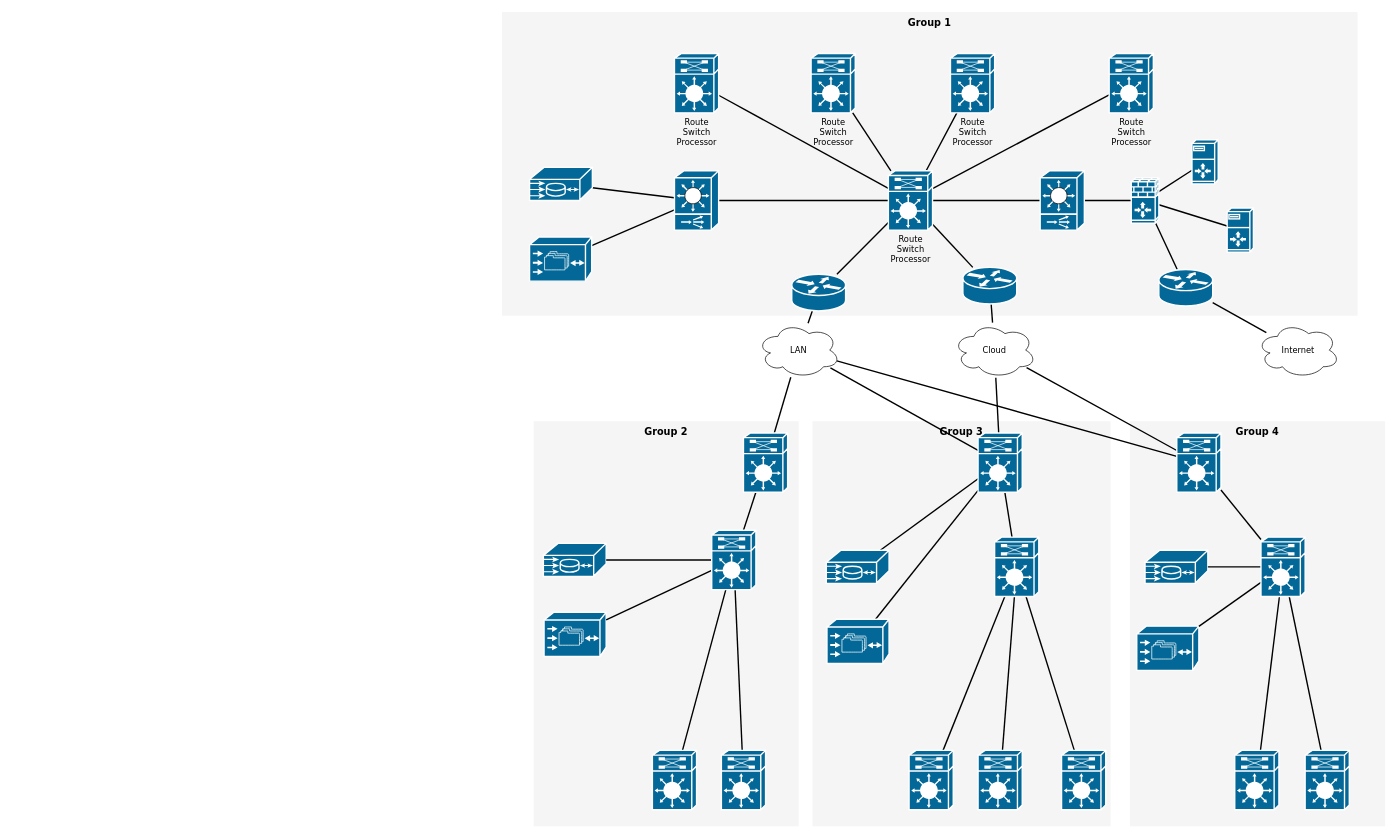
This is 名称未設定ファイル.drawio from tokku5552/memorandum, a draw.io file, before an edit. Source tidied: cells renumbered, new cells numbered last; positions are measured from the earlier drawing's top-left corner, leaving out a move shared by most shapes. Both pictures are drawn from the tidied source at 69%, with x=0, y=0 at pixel (502, 12).
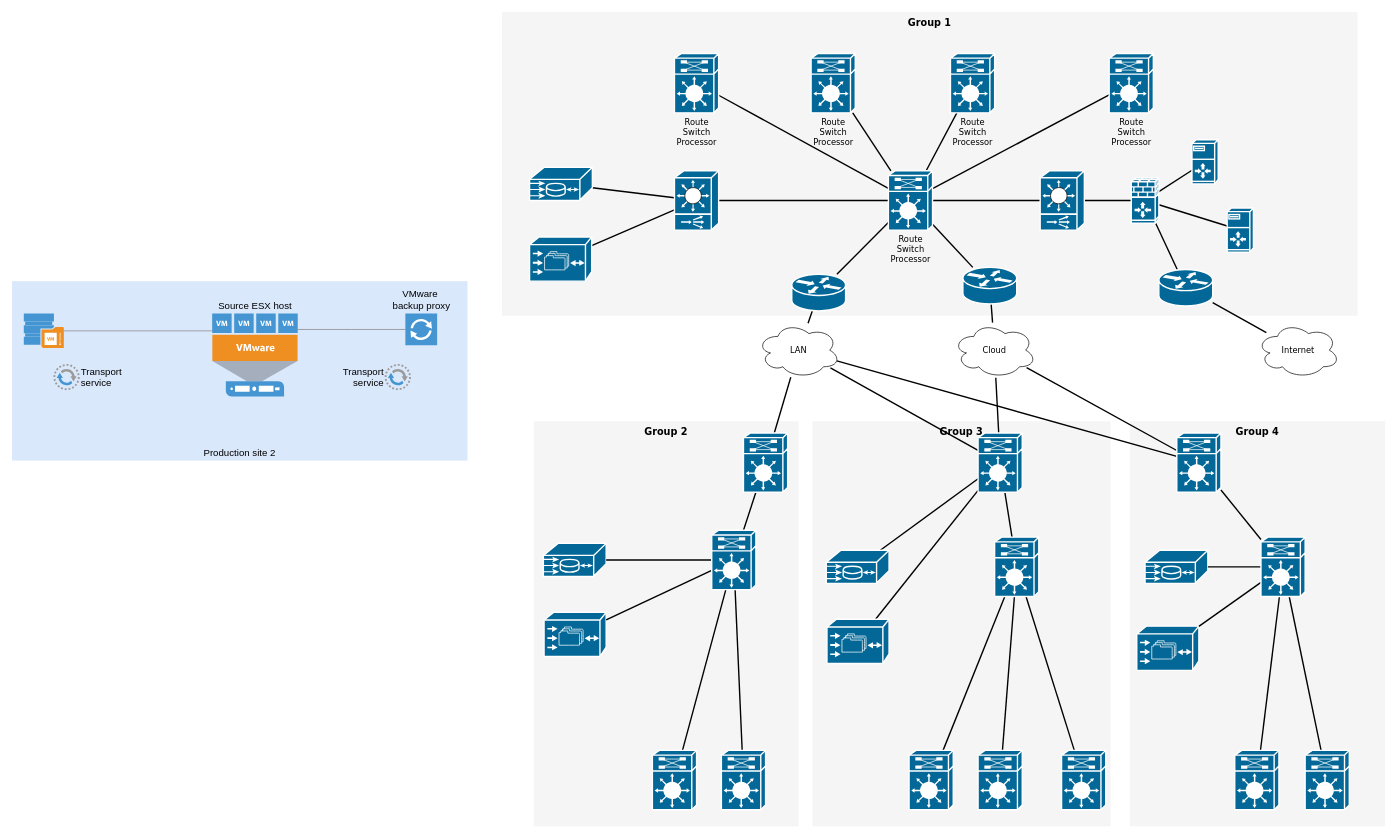
Above is the later version.

Commit message:
名称未設定ファイル.drawio を更新します

Diff of the diagram source:
```diff
@@
+    <mxCell id="81" value="Production site 2" style="whiteSpace=wrap;html=1;fillColor=#dae8fc;fontSize=14;strokeColor=none;verticalAlign=bottom;" parent="1" vertex="1">
+      <mxGeometry x="-710" y="390" width="660" height="260" as="geometry" />
+    </mxCell>
+    <mxCell id="82" style="edgeStyle=elbowEdgeStyle;rounded=0;html=1;startSize=10;endSize=10;jettySize=auto;fontSize=14;endArrow=none;endFill=0;strokeColor=#808080;elbow=vertical;" parent="1" edge="1" source="83" target="85">
+      <mxGeometry relative="1" as="geometry" />
+    </mxCell>
+    <mxCell id="83" style="shadow=0;dashed=0;html=1;strokeColor=none;fillColor=#4495D1;labelPosition=center;verticalLabelPosition=bottom;verticalAlign=top;shape=mxgraph.veeam.2d.backup_repository_2;fontSize=14;" parent="1" vertex="1">
+      <mxGeometry x="-693" y="437" width="58" height="50" as="geometry" />
+    </mxCell>
+    <mxCell id="84" style="edgeStyle=elbowEdgeStyle;rounded=0;html=1;startSize=10;endSize=10;jettySize=auto;fontSize=14;endArrow=none;endFill=0;strokeColor=#808080;elbow=vertical;" parent="1" edge="1" source="85" target="86">
+      <mxGeometry relative="1" as="geometry" />
+    </mxCell>
+    <mxCell id="85" value="Source ESX host" style="shadow=0;dashed=0;html=1;strokeColor=none;fillColor=#4495D1;labelPosition=center;verticalLabelPosition=top;verticalAlign=bottom;shape=mxgraph.veeam.2d.vmware_host;fontSize=14;align=center;" parent="1" vertex="1">
+      <mxGeometry x="-420" y="437" width="124" height="120" as="geometry" />
+    </mxCell>
+    <mxCell id="86" value="VMware&amp;nbsp;&lt;div&gt;backup&amp;nbsp;&lt;span&gt;proxy&lt;/span&gt;&lt;/div&gt;" style="shadow=0;dashed=0;html=1;strokeColor=none;fillColor=#4495D1;labelPosition=center;verticalLabelPosition=top;verticalAlign=bottom;shape=mxgraph.veeam.2d.proxy;fontSize=14;align=center;" parent="1" vertex="1">
+      <mxGeometry x="-140" y="437" width="46" height="46" as="geometry" />
+    </mxCell>
+    <mxCell id="87" value="Transport&lt;div&gt;service&lt;/div&gt;" style="shadow=0;dashed=0;html=1;strokeColor=none;fillColor=#4495D1;labelPosition=right;verticalLabelPosition=middle;verticalAlign=middle;shape=mxgraph.veeam.2d.data_mover;fontSize=14;align=left;" parent="1" vertex="1">
+      <mxGeometry x="-650" y="510" width="38" height="38" as="geometry" />
+    </mxCell>
+    <mxCell id="88" value="Transport&lt;div&gt;service&lt;/div&gt;" style="shadow=0;dashed=0;html=1;strokeColor=none;fillColor=#4495D1;labelPosition=left;verticalLabelPosition=middle;verticalAlign=middle;shape=mxgraph.veeam.2d.data_mover;fontSize=14;align=right;" parent="1" vertex="1">
+      <mxGeometry x="-170" y="510" width="38" height="38" as="geometry" />
+    </mxCell>
```
